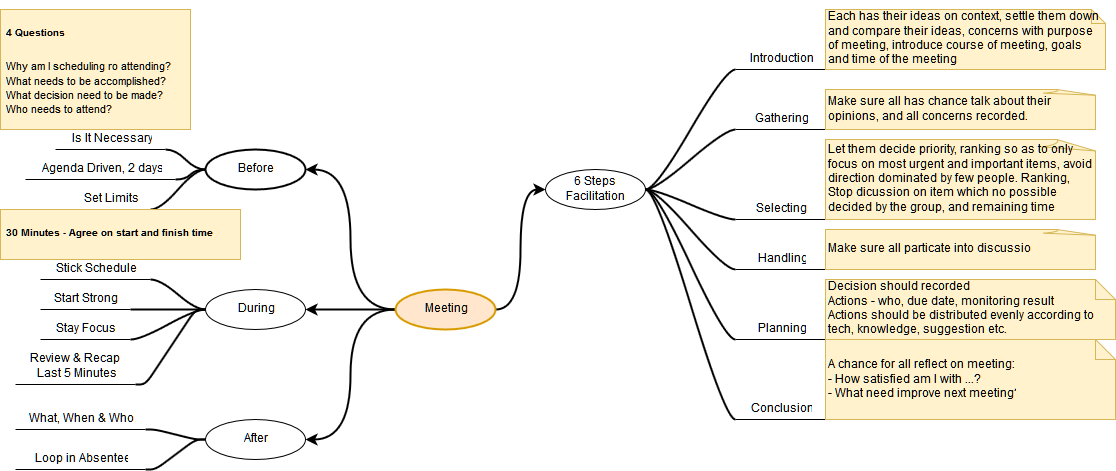
Earlier version of the draw.io export scala/meeting.png (kevin-wang-cy/Test). Source tidied: cells renumbered, new cells last; positions are measured from the earlier drawing's top-left corner, leaving out a move shared by most shapes.
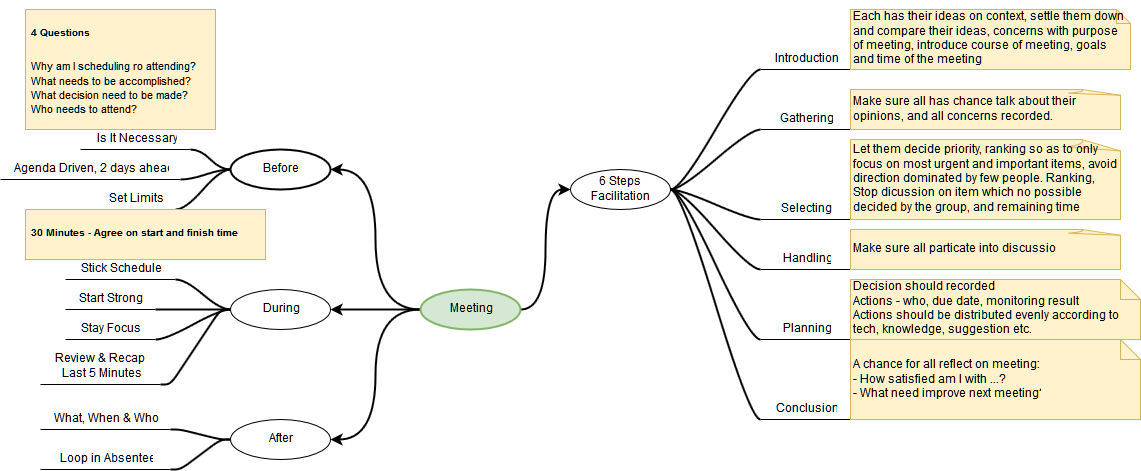
The same file after the commit.

Diff of the diagram source:
```diff
@@ -14,7 +14,7 @@
     <mxCell id="5" style="edgeStyle=orthogonalEdgeStyle;rounded=0;html=1;entryX=0;entryY=0.5;jettySize=auto;strokeWidth=2;curved=1;" parent="1" edge="1" source="6" target="30">
       <mxGeometry relative="1" as="geometry" />
     </mxCell>
-    <mxCell id="6" value="Meeting" style="ellipse;whiteSpace=wrap;html=1;align=center;strokeWidth=2;fillColor=#ffe6cc;strokeColor=#d79b00;" parent="1" vertex="1">
+    <mxCell id="6" value="Meeting" style="ellipse;whiteSpace=wrap;html=1;align=center;strokeWidth=2;fillColor=#d5e8d4;strokeColor=#82b366;" parent="1" vertex="1">
       <mxGeometry x="395" y="280" width="100" height="40" as="geometry" />
     </mxCell>
     <mxCell id="7" value="Before" style="ellipse;whiteSpace=wrap;html=1;align=center;strokeWidth=2;" parent="1" vertex="1">
@@ -29,8 +29,8 @@
     <mxCell id="10" value="&lt;h1&gt;&lt;font style=&quot;font-size: 10px&quot;&gt;4 Questions&lt;/font&gt;&lt;/h1&gt;&lt;p&gt;&lt;font style=&quot;font-size: 11px&quot;&gt;Why am I scheduling ro attending?&lt;br&gt;What needs to be accomplished?&lt;br&gt;What decision need to be made?&lt;br&gt;Who needs to attend?&lt;/font&gt;&lt;br&gt;&lt;/p&gt;" style="text;html=1;strokeColor=#d6b656;fillColor=#fff2cc;spacing=5;spacingTop=-20;whiteSpace=wrap;overflow=hidden;" parent="1" vertex="1">
       <mxGeometry width="190" height="120" as="geometry" />
     </mxCell>
-    <mxCell id="11" value="Agenda Driven, 2 days" style="whiteSpace=wrap;html=1;shape=partialRectangle;top=0;left=0;bottom=1;right=0;points=[[0,1],[1,1]];strokeColor=#000000;fillColor=none;align=center;verticalAlign=bottom;routingCenterY=0.5;snapToPoint=1;strokeWidth=1;" parent="1" vertex="1">
-      <mxGeometry x="25" y="150" width="150" height="20" as="geometry" />
+    <mxCell id="11" value="Agenda Driven, 2 days ahead" style="whiteSpace=wrap;html=1;shape=partialRectangle;top=0;left=0;bottom=1;right=0;points=[[0,1],[1,1]];strokeColor=#000000;fillColor=none;align=center;verticalAlign=bottom;routingCenterY=0.5;snapToPoint=1;strokeWidth=1;" parent="1" vertex="1">
+      <mxGeometry x="-25" y="150" width="180" height="20" as="geometry" />
     </mxCell>
     <mxCell id="12" style="edgeStyle=entityRelationEdgeStyle;startArrow=none;endArrow=none;segment=10;curved=1;strokeWidth=2;" parent="1" edge="1" source="7" target="11">
       <mxGeometry relative="1" as="geometry" />
```
